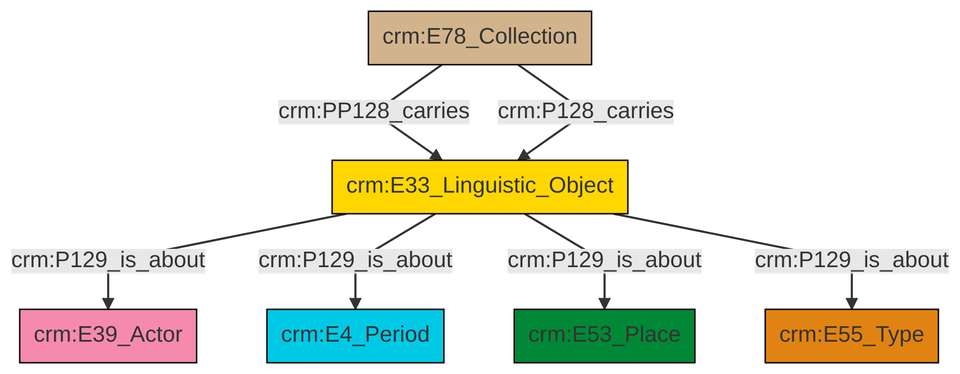
This is et/archivalCSV/ttl/mmd/png/archival_aboutness.png from swiss-art-research-net/docs.swissartresearch, a Mermaid export, as it was before one commit. Its source is kept beside it as et/archivalCSV/ttl/mmd/archival_aboutness.ttl.mmd.
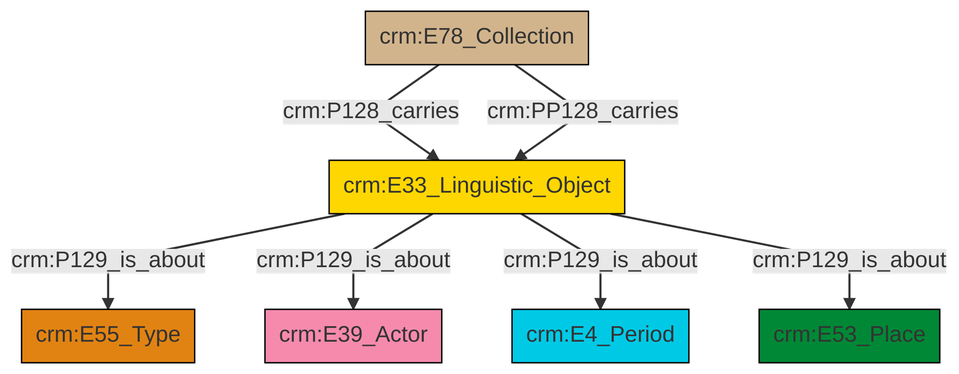
Later version of the same file.

The edit, as a diff of the source:
```diff
@@ -13,9 +13,9 @@
 classDef PC_Classes fill:#4ce600, stroke:#000000;
 classDef Multi fill:#cccccc,stroke:#000000;
 
-0["crm:E33_Linguistic_Object"]:::Conceptual_Object -->|crm:P129_is_about| 2["crm:E39_Actor"]:::Actor
-3["crm:E78_Collection"]:::Physical_Thing -->|crm:PP128_carries| 0["crm:E33_Linguistic_Object"]:::Conceptual_Object
-0["crm:E33_Linguistic_Object"]:::Conceptual_Object -->|crm:P129_is_about| 4["crm:E4_Period"]:::Temporal_Entity
-0["crm:E33_Linguistic_Object"]:::Conceptual_Object -->|crm:P129_is_about| 6["crm:E53_Place"]:::Place
-3["crm:E78_Collection"]:::Physical_Thing -->|crm:P128_carries| 0["crm:E33_Linguistic_Object"]:::Conceptual_Object
-0["crm:E33_Linguistic_Object"]:::Conceptual_Object -->|crm:P129_is_about| 7["crm:E55_Type"]:::Type
+2["crm:E33_Linguistic_Object"]:::Conceptual_Object -->|crm:P129_is_about| 3["crm:E55_Type"]:::Type
+2["crm:E33_Linguistic_Object"]:::Conceptual_Object -->|crm:P129_is_about| 4["crm:E39_Actor"]:::Actor
+5["crm:E78_Collection"]:::Physical_Thing -->|crm:P128_carries| 2["crm:E33_Linguistic_Object"]:::Conceptual_Object
+5["crm:E78_Collection"]:::Physical_Thing -->|crm:PP128_carries| 2["crm:E33_Linguistic_Object"]:::Conceptual_Object
+2["crm:E33_Linguistic_Object"]:::Conceptual_Object -->|crm:P129_is_about| 0["crm:E4_Period"]:::Temporal_Entity
+2["crm:E33_Linguistic_Object"]:::Conceptual_Object -->|crm:P129_is_about| 8["crm:E53_Place"]:::Place
```
